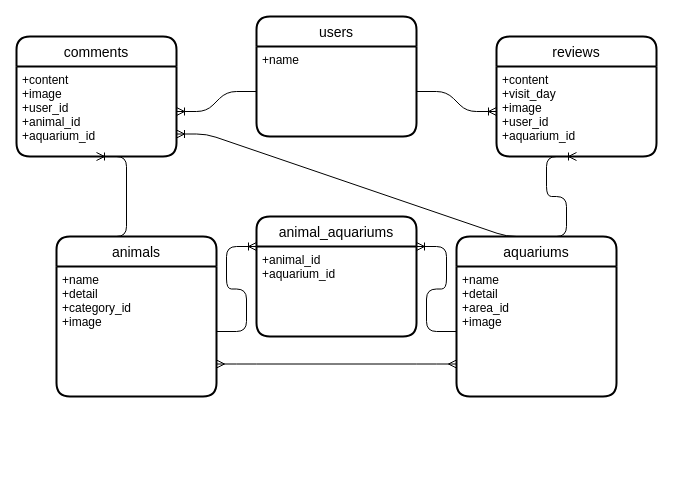
Earlier version of the draw.io diagram er.aquarium_discovery.dio (akitomato/aquarium-discovery). Source tidied: cells renumbered, new cells numbered last; positions are measured from the earlier drawing's top-left corner, leaving out a move shared by most shapes. Both pictures are drawn from the tidied source at 100%, with x=0, y=0 at pixel (16, 16).
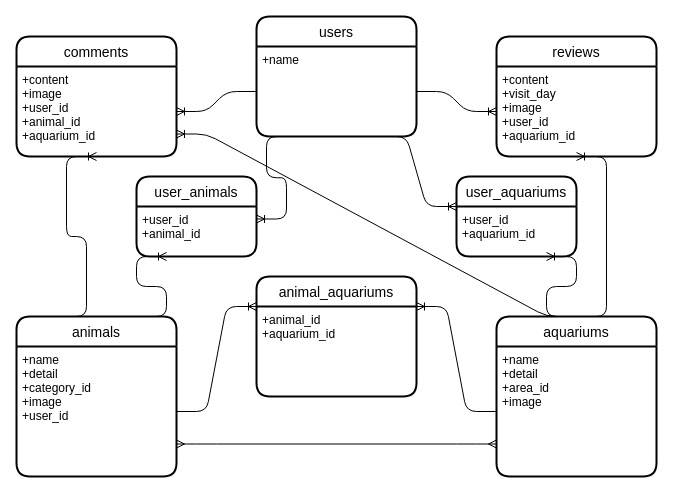
The same page after the edit.

Unchanged cells that the change refers to:
```xml
<mxCell id="3" value="+name" style="align=left;strokeColor=none;fillColor=none;spacingLeft=4;fontSize=12;verticalAlign=top;" parent="2" vertex="1">
  <mxGeometry y="30" width="160" height="90" as="geometry" />
</mxCell>
```

What changed in the source:
```diff
@@
     <mxCell id="4" value="aquariums" style="swimlane;horizontal=1;startSize=30;rounded=1;fontSize=14;fontStyle=0;strokeWidth=2;shadow=0;dashed=0;align=center;" parent="1" vertex="1">
-      <mxGeometry x="440" y="220" width="160" height="160" as="geometry" />
+      <mxGeometry x="480" y="300" width="160" height="160" as="geometry" />
     </mxCell>
@@
     <mxCell id="6" value="animals" style="swimlane;horizontal=1;startSize=30;rounded=1;fontSize=14;fontStyle=0;strokeWidth=2;shadow=0;dashed=0;align=center;" parent="1" vertex="1">
-      <mxGeometry x="40" y="220" width="160" height="160" as="geometry" />
+      <mxGeometry y="300" width="160" height="160" as="geometry" />
     </mxCell>
-    <mxCell id="7" value="+name&#10;+detail&#10;+category_id&#10;+image" style="align=left;strokeColor=none;fillColor=none;spacingLeft=4;fontSize=12;verticalAlign=top;" parent="6" vertex="1">
+    <mxCell id="7" value="+name&#10;+detail&#10;+category_id&#10;+image&#10;+user_id" style="align=left;strokeColor=none;fillColor=none;spacingLeft=4;fontSize=12;verticalAlign=top;" parent="6" vertex="1">
       <mxGeometry y="30" width="160" height="130" as="geometry" />
     </mxCell>
     <mxCell id="8" value="animal_aquariums" style="swimlane;horizontal=1;startSize=30;rounded=1;fontSize=14;fontStyle=0;strokeWidth=2;shadow=0;dashed=0;align=center;" parent="1" vertex="1">
-      <mxGeometry x="240" y="200" width="160" height="120" as="geometry" />
+      <mxGeometry x="240" y="260" width="160" height="120" as="geometry" />
     </mxCell>
@@
+    <mxCell id="22" value="user_animals" style="swimlane;horizontal=1;startSize=30;rounded=1;fontSize=14;fontStyle=0;strokeWidth=2;shadow=0;dashed=0;align=center;" parent="1" vertex="1">
+      <mxGeometry x="120" y="160" width="120" height="80" as="geometry" />
+    </mxCell>
+    <mxCell id="23" value="+user_id&#10;+animal_id" style="align=left;strokeColor=none;fillColor=none;spacingLeft=4;fontSize=12;verticalAlign=top;" parent="22" vertex="1">
+      <mxGeometry y="30" width="120" height="50" as="geometry" />
+    </mxCell>
+    <mxCell id="24" value="user_aquariums" style="swimlane;horizontal=1;startSize=30;rounded=1;fontSize=14;fontStyle=0;strokeWidth=2;shadow=0;dashed=0;align=center;" parent="1" vertex="1">
+      <mxGeometry x="440" y="160" width="120" height="80" as="geometry" />
+    </mxCell>
+    <mxCell id="25" value="+user_id&#10;+aquarium_id" style="align=left;strokeColor=none;fillColor=none;spacingLeft=4;fontSize=12;verticalAlign=top;" parent="24" vertex="1">
+      <mxGeometry y="30" width="120" height="50" as="geometry" />
+    </mxCell>
+    <mxCell id="26" style="edgeStyle=entityRelationEdgeStyle;fontSize=12;html=1;endArrow=ERoneToMany;entryX=0.25;entryY=1;entryDx=0;entryDy=0;exitX=0.75;exitY=0;exitDx=0;exitDy=0;" parent="1" edge="1" source="6" target="23">
+      <mxGeometry relative="1" as="geometry" />
+    </mxCell>
+    <mxCell id="27" style="edgeStyle=entityRelationEdgeStyle;fontSize=12;html=1;endArrow=ERoneToMany;exitX=0.25;exitY=1;exitDx=0;exitDy=0;entryX=1;entryY=0.25;entryDx=0;entryDy=0;" parent="1" edge="1" source="3" target="23">
+      <mxGeometry relative="1" as="geometry" />
+    </mxCell>
+    <mxCell id="28" style="edgeStyle=entityRelationEdgeStyle;fontSize=12;html=1;endArrow=ERoneToMany;entryX=0;entryY=0;entryDx=0;entryDy=0;" parent="1" edge="1" target="25">
+      <mxGeometry relative="1" as="geometry">
+        <mxPoint x="360" y="120" as="sourcePoint" />
+      </mxGeometry>
+    </mxCell>
+    <mxCell id="29" style="edgeStyle=entityRelationEdgeStyle;fontSize=12;html=1;endArrow=ERoneToMany;entryX=0.75;entryY=1;entryDx=0;entryDy=0;exitX=0.5;exitY=0;exitDx=0;exitDy=0;" parent="1" edge="1" source="4" target="25">
+      <mxGeometry relative="1" as="geometry" />
+    </mxCell>
```
